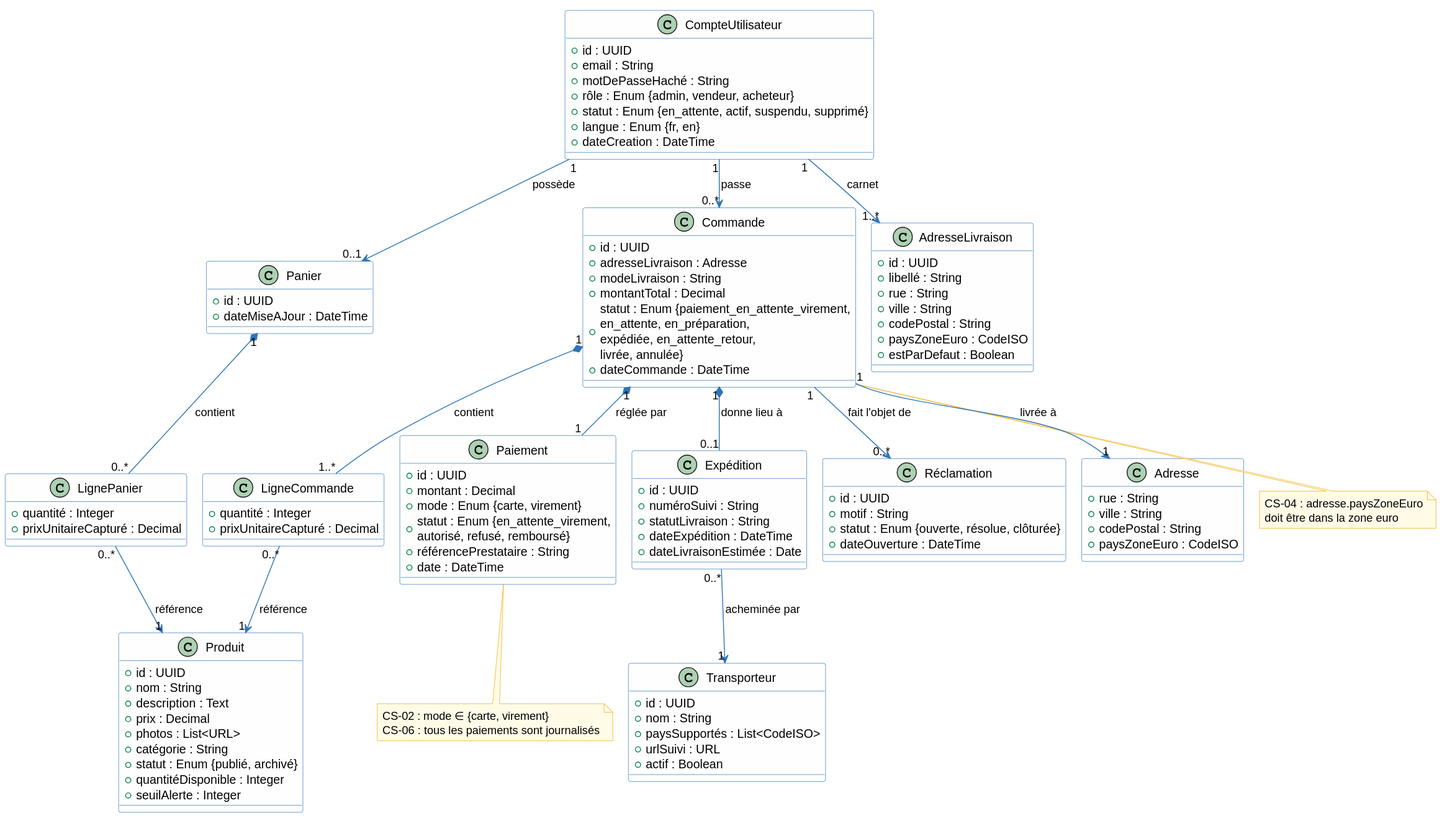
louistalvande/online_shop keeps this PlantUML diagram as architecture/02-system-analysis/diagrams/sa-classes.svg. Above is the earlier version.
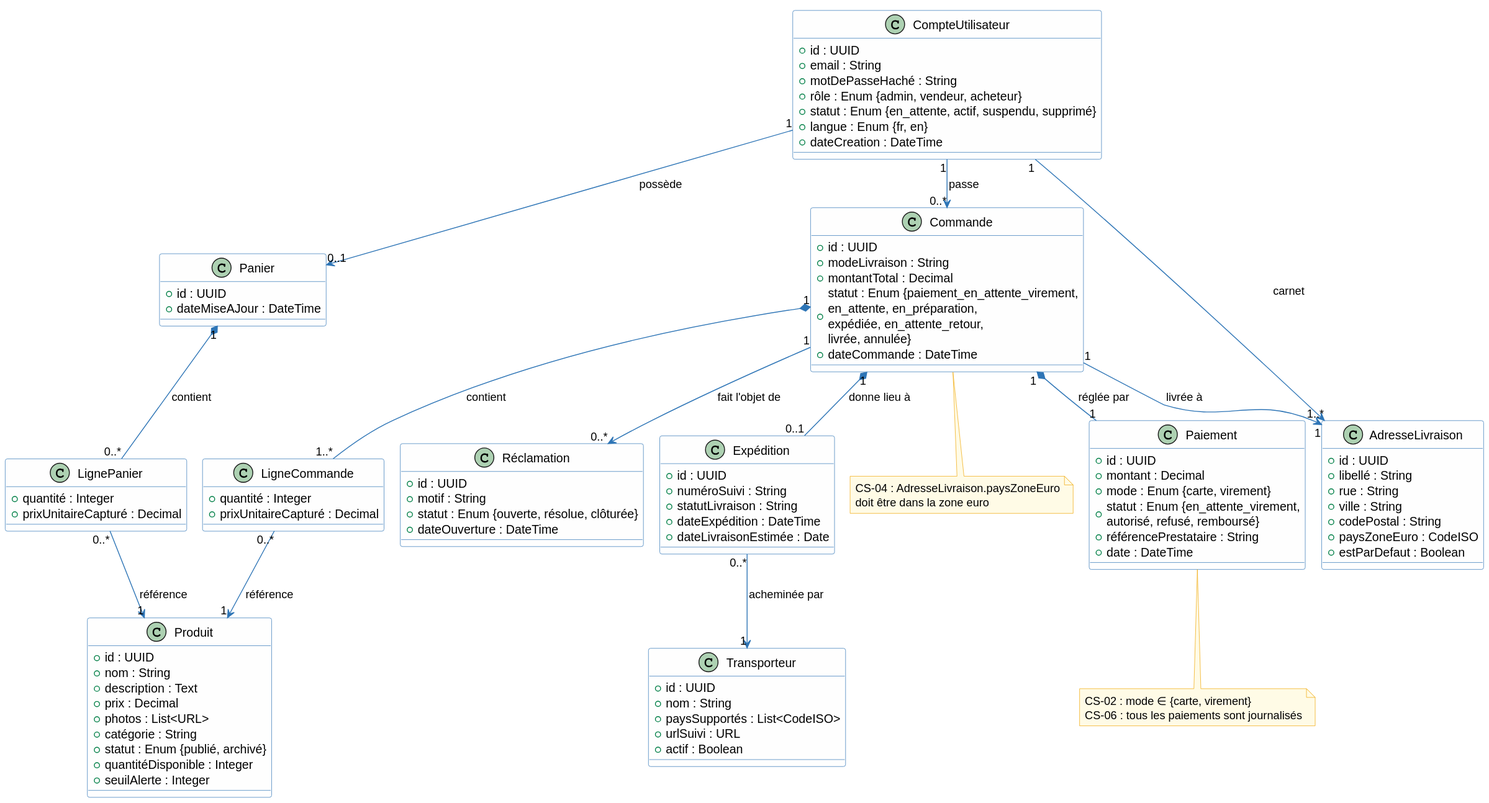
The same diagram one commit later.

The edit, as a diff of the source:
```diff
@@ -44,7 +44,6 @@
 
 class Commande {
   + id : UUID
-  + adresseLivraison : Adresse
   + modeLivraison : String
   + montantTotal : Decimal
   + statut : Enum {paiement_en_attente_virement,\nen_attente, en_préparation,\nexpédiée, en_attente_retour,\nlivrée, annulée}
@@ -83,13 +82,6 @@
   + dateOuverture : DateTime
 }
 
-class Adresse {
-  + rue : String
-  + ville : String
-  + codePostal : String
-  + paysZoneEuro : CodeISO
-}
-
 class AdresseLivraison {
   + id : UUID
   + libellé : String
@@ -110,11 +102,11 @@
 Commande "1" *-- "1" Paiement : réglée par
 Commande "1" *-- "0..1" Expédition : donne lieu à
 Commande "1" --> "0..*" Réclamation : fait l'objet de
-Commande "1" --> "1" Adresse : livrée à
+Commande "1" --> "1" AdresseLivraison : livrée à
 Expédition "0..*" --> "1" Transporteur : acheminée par
 
 note bottom of Commande
-  CS-04 : adresse.paysZoneEuro
+  CS-04 : AdresseLivraison.paysZoneEuro
   doit être dans la zone euro
 end note
 
```
